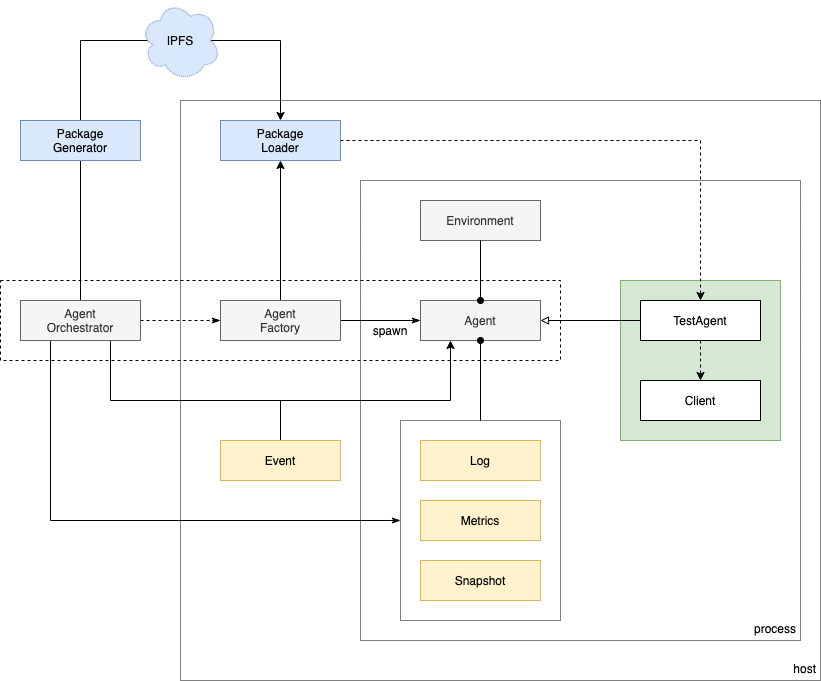
Earlier version of the draw.io export docs/diagrams/agents.png (dxos/gravity). Source tidied: cells renumbered, new cells last; positions are measured from the earlier drawing's top-left corner, leaving out a move shared by most shapes.
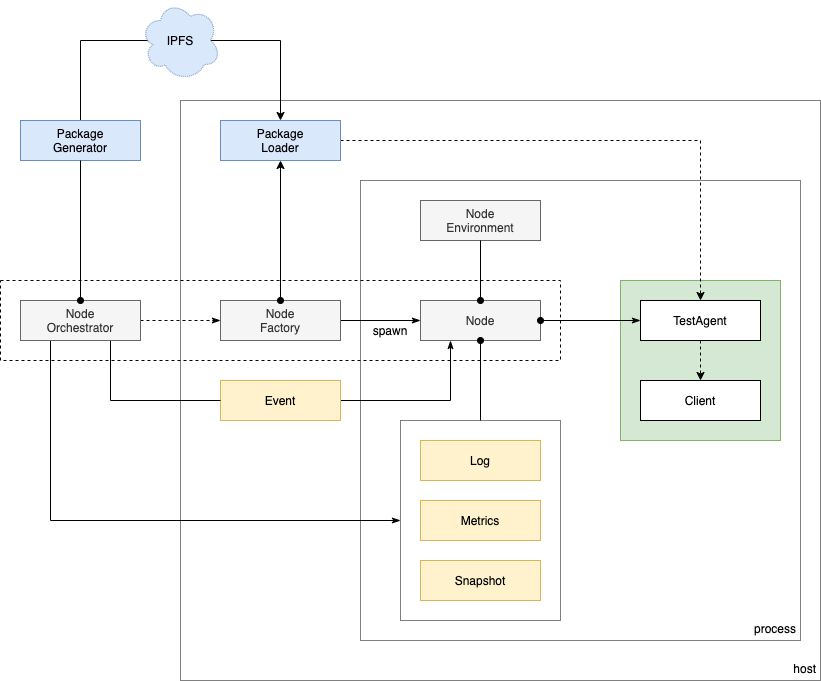
The same file after the commit.

Change to the diagram source:
```diff
@@ -11,45 +11,26 @@
     <mxCell id="4" style="rounded=0;whiteSpace=wrap;html=1;fillColor=#d5e8d4;strokeColor=#82b366;" parent="1" vertex="1">
       <mxGeometry x="620" y="280" width="160" height="160" as="geometry" />
     </mxCell>
-    <mxCell id="5" style="edgeStyle=orthogonalEdgeStyle;rounded=0;jettySize=auto;html=1;exitX=1;exitY=0.5;exitDx=0;exitDy=0;endArrow=none;endFill=0;startArrow=block;startFill=0;" parent="1" edge="1" source="28" target="7">
-      <mxGeometry relative="1" as="geometry" />
-    </mxCell>
     <mxCell id="6" style="edgeStyle=orthogonalEdgeStyle;rounded=0;jettySize=auto;html=1;exitX=0.5;exitY=1;exitDx=0;exitDy=0;entryX=0.5;entryY=0;entryDx=0;entryDy=0;dashed=1;endArrow=classic;endFill=1;" parent="1" edge="1" source="7" target="18">
       <mxGeometry relative="1" as="geometry" />
     </mxCell>
     <mxCell id="7" value="TestAgent" style="rounded=0;whiteSpace=wrap;html=1;" parent="1" vertex="1">
       <mxGeometry x="640" y="300" width="120" height="40" as="geometry" />
     </mxCell>
-    <mxCell id="8" value="Environment" style="rounded=0;whiteSpace=wrap;html=1;fillColor=#f5f5f5;strokeColor=#666666;fontColor=#333333;" parent="1" vertex="1">
+    <mxCell id="8" value="Node&lt;br&gt;Environment" style="rounded=0;whiteSpace=wrap;html=1;fillColor=#f5f5f5;strokeColor=#666666;fontColor=#333333;" parent="1" vertex="1">
       <mxGeometry x="420" y="200" width="120" height="40" as="geometry" />
     </mxCell>
     <mxCell id="9" style="edgeStyle=orthogonalEdgeStyle;rounded=0;jettySize=auto;html=1;exitX=1;exitY=0.5;exitDx=0;exitDy=0;endArrow=classicThin;endFill=1;" parent="1" edge="1" source="27" target="28">
       <mxGeometry relative="1" as="geometry" />
     </mxCell>
-    <mxCell id="10" style="edgeStyle=orthogonalEdgeStyle;rounded=0;jettySize=auto;html=1;exitX=0.5;exitY=0;exitDx=0;exitDy=0;endArrow=classic;endFill=1;" parent="1" edge="1" source="27" target="20">
-      <mxGeometry relative="1" as="geometry" />
-    </mxCell>
     <mxCell id="11" style="edgeStyle=orthogonalEdgeStyle;rounded=0;jettySize=auto;html=1;exitX=1;exitY=0.5;exitDx=0;exitDy=0;endArrow=classicThin;endFill=1;dashed=1;" parent="1" edge="1" source="26" target="27">
       <mxGeometry relative="1" as="geometry" />
     </mxCell>
-    <mxCell id="12" style="edgeStyle=orthogonalEdgeStyle;rounded=0;jettySize=auto;html=1;exitX=0.75;exitY=1;exitDx=0;exitDy=0;entryX=0.25;entryY=1;entryDx=0;entryDy=0;endArrow=classic;endFill=1;" parent="1" edge="1" source="26" target="28">
-      <mxGeometry relative="1" as="geometry">
-        <Array as="points">
-          <mxPoint x="110" y="400" />
-          <mxPoint x="450" y="400" />
-        </Array>
-      </mxGeometry>
-    </mxCell>
-    <mxCell id="13" style="edgeStyle=orthogonalEdgeStyle;rounded=0;jettySize=auto;html=1;exitX=0.5;exitY=0;exitDx=0;exitDy=0;endArrow=none;endFill=0;" parent="1" edge="1" source="26" target="22">
-      <mxGeometry relative="1" as="geometry" />
-    </mxCell>
-    <mxCell id="14" style="edgeStyle=orthogonalEdgeStyle;rounded=0;jettySize=auto;html=1;exitX=0.5;exitY=0;exitDx=0;exitDy=0;endArrow=none;endFill=0;" parent="1" edge="1" source="15">
-      <mxGeometry relative="1" as="geometry">
-        <mxPoint x="280" y="400" as="targetPoint" />
-      </mxGeometry>
-    </mxCell>
+    <mxCell id="35" style="edgeStyle=orthogonalEdgeStyle;rounded=0;jettySize=auto;html=1;exitX=1;exitY=0.5;exitDx=0;exitDy=0;entryX=0.25;entryY=1;entryDx=0;entryDy=0;startArrow=none;startFill=0;endArrow=classicThin;endFill=1;" parent="1" edge="1" source="15" target="28">
+      <mxGeometry relative="1" as="geometry" />
+    </mxCell>
     <mxCell id="15" value="Event" style="rounded=0;whiteSpace=wrap;html=1;fillColor=#fff2cc;strokeColor=#d6b656;" parent="1" vertex="1">
-      <mxGeometry x="220" y="440" width="120" height="40" as="geometry" />
+      <mxGeometry x="220" y="380" width="120" height="40" as="geometry" />
     </mxCell>
     <mxCell id="16" value="Metrics" style="rounded=0;whiteSpace=wrap;html=1;fillColor=#fff2cc;strokeColor=#d6b656;" parent="1" vertex="1">
       <mxGeometry x="420" y="500" width="120" height="40" as="geometry" />
@@ -90,13 +71,16 @@
     <mxCell id="25" style="edgeStyle=orthogonalEdgeStyle;rounded=0;jettySize=auto;html=1;exitX=0.25;exitY=1;exitDx=0;exitDy=0;entryX=0;entryY=0.5;entryDx=0;entryDy=0;startArrow=none;startFill=0;endArrow=classicThin;endFill=1;" parent="1" edge="1" source="26" target="32">
       <mxGeometry relative="1" as="geometry" />
     </mxCell>
+    <mxCell id="36" style="edgeStyle=orthogonalEdgeStyle;rounded=0;jettySize=auto;html=1;exitX=0.75;exitY=1;exitDx=0;exitDy=0;entryX=0;entryY=0.5;entryDx=0;entryDy=0;startArrow=none;startFill=0;endArrow=none;endFill=0;" parent="1" edge="1" source="26" target="15">
+      <mxGeometry relative="1" as="geometry" />
+    </mxCell>
-    <mxCell id="26" value="Agent&lt;br&gt;Orchestrator" style="rounded=0;whiteSpace=wrap;html=1;fillColor=#f5f5f5;strokeColor=#666666;fontColor=#333333;" parent="1" vertex="1">
+    <mxCell id="26" value="Node&lt;br&gt;Orchestrator" style="rounded=0;whiteSpace=wrap;html=1;fillColor=#f5f5f5;strokeColor=#666666;fontColor=#333333;" parent="1" vertex="1">
       <mxGeometry x="20" y="300" width="120" height="40" as="geometry" />
     </mxCell>
-    <mxCell id="27" value="Agent&lt;br&gt;Factory" style="rounded=0;whiteSpace=wrap;html=1;fillColor=#f5f5f5;strokeColor=#666666;fontColor=#333333;" parent="1" vertex="1">
+    <mxCell id="27" value="Node&lt;br&gt;Factory" style="rounded=0;whiteSpace=wrap;html=1;fillColor=#f5f5f5;strokeColor=#666666;fontColor=#333333;" parent="1" vertex="1">
       <mxGeometry x="220" y="300" width="120" height="40" as="geometry" />
     </mxCell>
-    <mxCell id="28" value="Agent" style="rounded=0;whiteSpace=wrap;html=1;fillColor=#f5f5f5;strokeColor=#666666;fontColor=#333333;" parent="1" vertex="1">
+    <mxCell id="28" value="Node" style="rounded=0;whiteSpace=wrap;html=1;fillColor=#f5f5f5;strokeColor=#666666;fontColor=#333333;" parent="1" vertex="1">
       <mxGeometry x="420" y="300" width="120" height="40" as="geometry" />
     </mxCell>
     <mxCell id="29" value="spawn" style="text;html=1;strokeColor=none;fillColor=none;align=center;verticalAlign=middle;whiteSpace=wrap;rounded=0;" parent="1" vertex="1">
@@ -117,5 +101,14 @@
     <mxCell id="34" value="IPFS" style="ellipse;shape=cloud;whiteSpace=wrap;html=1;dashed=1;dashPattern=1 1;fillColor=#dae8fc;align=center;strokeColor=#6c8ebf;" parent="1" vertex="1">
       <mxGeometry x="140" width="80" height="80" as="geometry" />
     </mxCell>
+    <mxCell id="5" style="edgeStyle=orthogonalEdgeStyle;rounded=0;jettySize=auto;html=1;exitX=1;exitY=0.5;exitDx=0;exitDy=0;endArrow=classicThin;endFill=1;startArrow=oval;startFill=1;" parent="1" edge="1" source="28" target="7">
+      <mxGeometry relative="1" as="geometry" />
+    </mxCell>
+    <mxCell id="13" style="edgeStyle=orthogonalEdgeStyle;rounded=0;jettySize=auto;html=1;exitX=0.5;exitY=0;exitDx=0;exitDy=0;endArrow=none;endFill=0;startArrow=oval;startFill=1;" parent="1" edge="1" source="26" target="22">
+      <mxGeometry relative="1" as="geometry" />
+    </mxCell>
+    <mxCell id="10" style="edgeStyle=orthogonalEdgeStyle;rounded=0;jettySize=auto;html=1;exitX=0.5;exitY=0;exitDx=0;exitDy=0;endArrow=classic;endFill=1;startArrow=oval;startFill=1;" parent="1" edge="1" source="27" target="20">
+      <mxGeometry relative="1" as="geometry" />
+    </mxCell>
   </root>
 </mxGraphModel>
```
